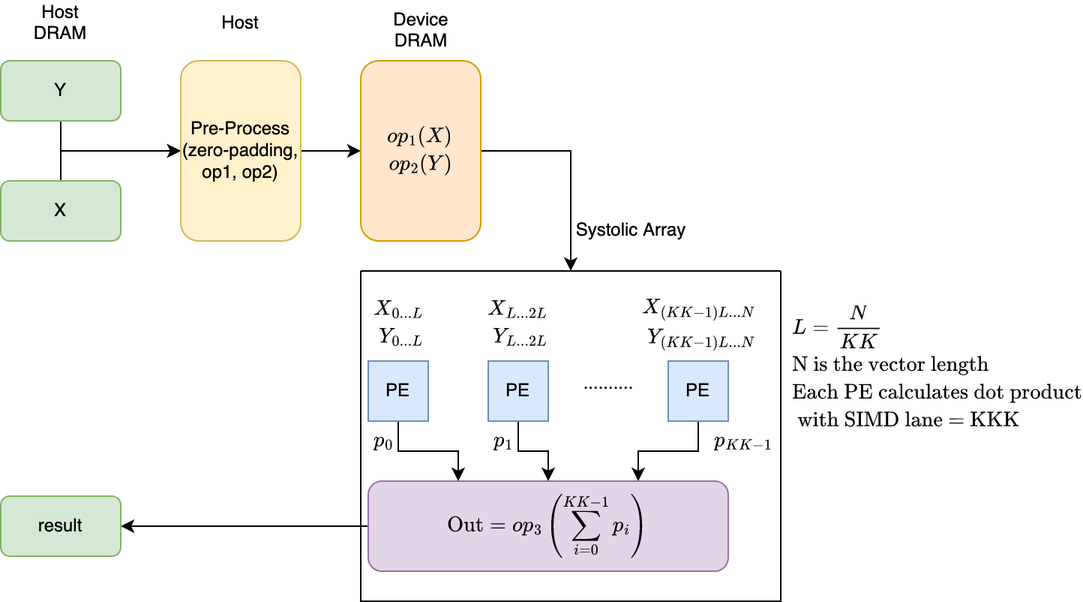
The draw.io diagram DirectProgramming/C++SYCL_FPGA/ReferenceDesigns/productive_libraries/blas/reconfigurable_dotprod/figures/dot_systolic_array.png in ronghongbo/oneAPI-samples, before a commit. Source tidied: cells renumbered, new cells last; positions are measured from the earlier drawing's top-left corner, leaving out a move shared by most shapes. The source it was exported from:
```xml
<mxGraphModel math="1">
  <root>
    <mxCell id="0" />
    <mxCell id="1" parent="0" />
    <mxCell id="2" value="Host&lt;br&gt;DRAM" style="text;html=1;strokeColor=none;fillColor=none;align=center;verticalAlign=middle;whiteSpace=wrap;rounded=0;" parent="1" vertex="1">
      <mxGeometry x="10" width="60" height="30" as="geometry" />
    </mxCell>
    <mxCell id="3" style="edgeStyle=orthogonalEdgeStyle;rounded=0;jettySize=auto;html=1;exitX=0.5;exitY=0;exitDx=0;exitDy=0;entryX=0.5;entryY=0;entryDx=0;entryDy=0;" parent="1" edge="1" source="4" target="8">
      <mxGeometry relative="1" as="geometry" />
    </mxCell>
    <mxCell id="4" value="X" style="rounded=1;whiteSpace=wrap;html=1;fillColor=#d5e8d4;strokeColor=#82b366;" parent="1" vertex="1">
      <mxGeometry y="120" width="80" height="40" as="geometry" />
    </mxCell>
    <mxCell id="5" style="edgeStyle=orthogonalEdgeStyle;rounded=0;jettySize=auto;html=1;exitX=0.5;exitY=1;exitDx=0;exitDy=0;entryX=0.5;entryY=0;entryDx=0;entryDy=0;" parent="1" edge="1" source="6" target="8">
      <mxGeometry relative="1" as="geometry" />
    </mxCell>
    <mxCell id="6" value="Y" style="rounded=1;whiteSpace=wrap;html=1;fillColor=#d5e8d4;strokeColor=#82b366;" parent="1" vertex="1">
      <mxGeometry y="40" width="80" height="40" as="geometry" />
    </mxCell>
    <mxCell id="7" style="edgeStyle=orthogonalEdgeStyle;rounded=0;jettySize=auto;html=1;exitX=0.5;exitY=1;exitDx=0;exitDy=0;entryX=0.5;entryY=0;entryDx=0;entryDy=0;" parent="1" edge="1" source="8" target="11">
      <mxGeometry relative="1" as="geometry" />
    </mxCell>
    <mxCell id="8" value="Pre-Process&lt;br&gt;(zero-padding, op1, op2)" style="rounded=1;whiteSpace=wrap;html=1;direction=north;fillColor=#fff2cc;strokeColor=#d6b656;" parent="1" vertex="1">
      <mxGeometry x="120" y="40" width="80" height="120" as="geometry" />
    </mxCell>
    <mxCell id="9" value="Host" style="text;html=1;strokeColor=none;fillColor=none;align=center;verticalAlign=middle;whiteSpace=wrap;rounded=0;" parent="1" vertex="1">
      <mxGeometry x="130" width="60" height="30" as="geometry" />
    </mxCell>
    <mxCell id="10" style="edgeStyle=orthogonalEdgeStyle;rounded=0;jettySize=auto;html=1;exitX=0.5;exitY=1;exitDx=0;exitDy=0;entryX=0.5;entryY=0;entryDx=0;entryDy=0;" parent="1" edge="1" source="11" target="29">
      <mxGeometry relative="1" as="geometry" />
    </mxCell>
    <mxCell id="11" value="$$\begin{aligned}op_1(X)\\&lt;br&gt; op_2(Y)\end{aligned}$$" style="rounded=1;whiteSpace=wrap;html=1;direction=north;fillColor=#ffe6cc;strokeColor=#d79b00;" parent="1" vertex="1">
      <mxGeometry x="240" y="40" width="80" height="120" as="geometry" />
    </mxCell>
    <mxCell id="12" value="Device&lt;br&gt;DRAM" style="text;html=1;align=center;verticalAlign=middle;strokeColor=none;fillColor=none;" parent="1" vertex="1">
      <mxGeometry x="250" width="60" height="40" as="geometry" />
    </mxCell>
    <mxCell id="13" style="edgeStyle=orthogonalEdgeStyle;rounded=0;jettySize=auto;html=1;exitX=0.5;exitY=1;exitDx=0;exitDy=0;entryX=0.25;entryY=0;entryDx=0;entryDy=0;" parent="1" edge="1" source="14" target="24">
      <mxGeometry relative="1" as="geometry" />
    </mxCell>
    <mxCell id="14" value="PE" style="rounded=0;whiteSpace=wrap;html=1;fillColor=#dae8fc;strokeColor=#6c8ebf;" parent="1" vertex="1">
      <mxGeometry x="245" y="240" width="40" height="40" as="geometry" />
    </mxCell>
    <mxCell id="15" value="$$\begin{aligned}X_{0...L}\\Y_{0...L}\end{aligned}$$" style="text;html=1;align=center;verticalAlign=middle;strokeColor=none;fillColor=none;" parent="1" vertex="1">
      <mxGeometry x="115" y="200" width="300" height="30" as="geometry" />
    </mxCell>
    <mxCell id="16" style="edgeStyle=orthogonalEdgeStyle;rounded=0;jettySize=auto;html=1;exitX=0.5;exitY=1;exitDx=0;exitDy=0;entryX=0.5;entryY=0;entryDx=0;entryDy=0;" parent="1" edge="1" source="17" target="24">
      <mxGeometry relative="1" as="geometry" />
    </mxCell>
    <mxCell id="17" value="PE" style="rounded=0;whiteSpace=wrap;html=1;fillColor=#dae8fc;strokeColor=#6c8ebf;" parent="1" vertex="1">
      <mxGeometry x="325" y="240" width="40" height="40" as="geometry" />
    </mxCell>
    <mxCell id="18" value="$$\begin{aligned}X_{L...2L}\\Y_{L...2L}\end{aligned}$$" style="text;html=1;align=center;verticalAlign=middle;strokeColor=none;fillColor=none;" parent="1" vertex="1">
      <mxGeometry x="190" y="200" width="310" height="30" as="geometry" />
    </mxCell>
    <mxCell id="19" style="edgeStyle=orthogonalEdgeStyle;rounded=0;jettySize=auto;html=1;exitX=0.5;exitY=1;exitDx=0;exitDy=0;entryX=0.75;entryY=0;entryDx=0;entryDy=0;" parent="1" edge="1" source="20" target="24">
      <mxGeometry relative="1" as="geometry" />
    </mxCell>
    <mxCell id="20" value="PE" style="rounded=0;whiteSpace=wrap;html=1;fillColor=#dae8fc;strokeColor=#6c8ebf;" parent="1" vertex="1">
      <mxGeometry x="445" y="240" width="40" height="40" as="geometry" />
    </mxCell>
    <mxCell id="21" value=".........." style="text;html=1;align=center;verticalAlign=middle;strokeColor=none;fillColor=none;" parent="1" vertex="1">
      <mxGeometry x="375" y="240" width="60" height="30" as="geometry" />
    </mxCell>
    <mxCell id="22" value="$$\begin{aligned}X_{(KK-1)L...N}\\Y_{(KK-1)L...N}\end{aligned}$$" style="text;html=1;align=center;verticalAlign=middle;strokeColor=none;fillColor=none;" parent="1" vertex="1">
      <mxGeometry x="280" y="200" width="370" height="30" as="geometry" />
    </mxCell>
    <mxCell id="23" style="edgeStyle=orthogonalEdgeStyle;rounded=0;jettySize=auto;html=1;exitX=0;exitY=0.5;exitDx=0;exitDy=0;entryX=1;entryY=0.5;entryDx=0;entryDy=0;" parent="1" edge="1" source="24" target="28">
      <mxGeometry relative="1" as="geometry" />
    </mxCell>
    <mxCell id="24" value="$$\text{Out}=op_3\left(\sum_{i=0}^{KK-1}p_i\right)$$" style="rounded=1;whiteSpace=wrap;html=1;fillColor=#e1d5e7;strokeColor=#9673a6;" parent="1" vertex="1">
      <mxGeometry x="245" y="320" width="240" height="60" as="geometry" />
    </mxCell>
    <mxCell id="25" value="$$p_0$$" style="text;html=1;align=center;verticalAlign=middle;strokeColor=none;fillColor=none;" parent="1" vertex="1">
      <mxGeometry x="220" y="278" width="70" height="30" as="geometry" />
    </mxCell>
    <mxCell id="26" value="$$p_1$$" style="text;html=1;align=center;verticalAlign=middle;strokeColor=none;fillColor=none;" parent="1" vertex="1">
      <mxGeometry x="300" y="278" width="70" height="30" as="geometry" />
    </mxCell>
    <mxCell id="27" value="$$p_{KK-1}$$" style="text;html=1;align=center;verticalAlign=middle;strokeColor=none;fillColor=none;" parent="1" vertex="1">
      <mxGeometry x="445" y="278" width="100" height="30" as="geometry" />
    </mxCell>
    <mxCell id="28" value="result" style="rounded=1;whiteSpace=wrap;html=1;fillColor=#d5e8d4;strokeColor=#82b366;" parent="1" vertex="1">
      <mxGeometry y="330" width="80" height="40" as="geometry" />
    </mxCell>
    <mxCell id="29" style="swimlane;startSize=0;" parent="1" vertex="1">
      <mxGeometry x="240" y="180" width="280" height="220" as="geometry" />
    </mxCell>
    <mxCell id="30" value="&lt;div&gt;Systolic Array&lt;/div&gt;" style="text;html=1;align=center;verticalAlign=middle;strokeColor=none;fillColor=none;" parent="1" vertex="1">
      <mxGeometry x="370" y="138" width="100" height="30" as="geometry" />
    </mxCell>
    <mxCell id="31" value="&lt;div&gt;$$\begin{aligned}&amp;amp;L = \frac{N} {KK}\\&amp;amp;\text{N is the vector length}\\&amp;amp;\text{Each PE calculates dot product}\\&amp;amp;\text{ with SIMD lane = KKK}\end{aligned}$$&lt;br&gt;&lt;/div&gt;" style="text;html=1;strokeColor=none;fillColor=none;align=center;verticalAlign=middle;whiteSpace=wrap;rounded=0;" parent="1" vertex="1">
      <mxGeometry x="530" y="230" width="190" height="30" as="geometry" />
    </mxCell>
  </root>
</mxGraphModel>
```
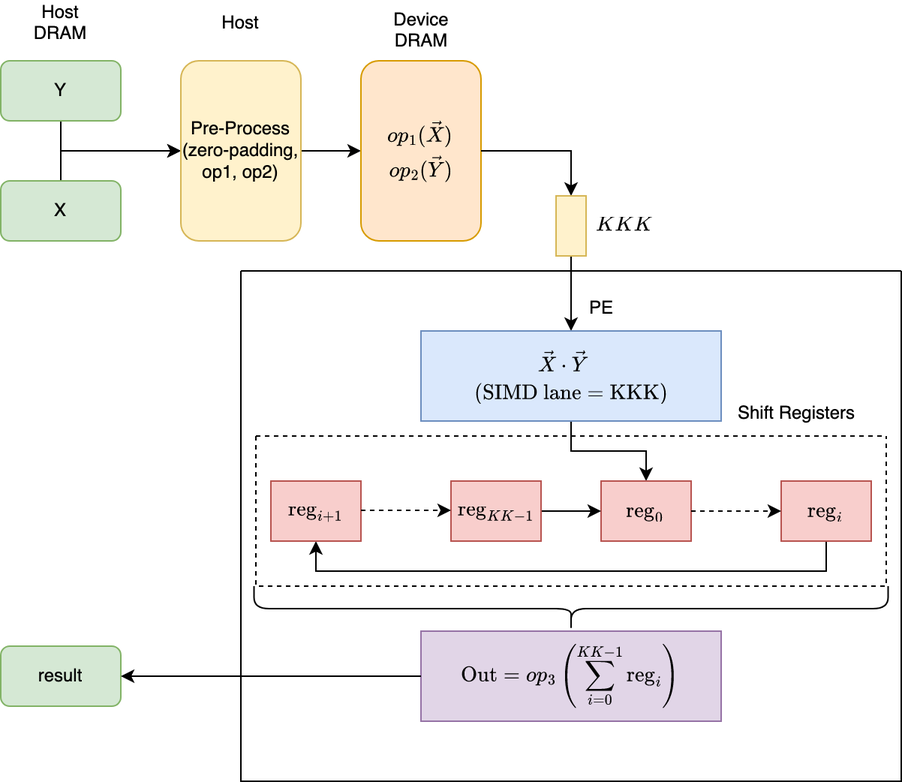
The same diagram one commit later.

The edit, as a diff of the source:
```diff
@@ -26,71 +26,82 @@
     <mxCell id="9" value="Host" style="text;html=1;strokeColor=none;fillColor=none;align=center;verticalAlign=middle;whiteSpace=wrap;rounded=0;" parent="1" vertex="1">
       <mxGeometry x="130" width="60" height="30" as="geometry" />
     </mxCell>
-    <mxCell id="10" style="edgeStyle=orthogonalEdgeStyle;rounded=0;jettySize=auto;html=1;exitX=0.5;exitY=1;exitDx=0;exitDy=0;entryX=0.5;entryY=0;entryDx=0;entryDy=0;" parent="1" edge="1" source="11" target="29">
-      <mxGeometry relative="1" as="geometry" />
+    <mxCell id="10" style="edgeStyle=orthogonalEdgeStyle;rounded=0;jettySize=auto;html=1;exitX=1;exitY=0.5;exitDx=0;exitDy=0;entryX=0.5;entryY=0;entryDx=0;entryDy=0;" parent="1" edge="1" source="48">
+      <mxGeometry relative="1" as="geometry">
+        <mxPoint x="380" y="220" as="targetPoint" />
+      </mxGeometry>
     </mxCell>
-    <mxCell id="11" value="$$\begin{aligned}op_1(X)\\&lt;br&gt; op_2(Y)\end{aligned}$$" style="rounded=1;whiteSpace=wrap;html=1;direction=north;fillColor=#ffe6cc;strokeColor=#d79b00;" parent="1" vertex="1">
+    <mxCell id="11" value="$$\begin{aligned}op_1(\vec{X})\\&lt;br&gt; op_2(\vec{Y})\end{aligned}$$" style="rounded=1;whiteSpace=wrap;html=1;direction=north;fillColor=#ffe6cc;strokeColor=#d79b00;" parent="1" vertex="1">
       <mxGeometry x="240" y="40" width="80" height="120" as="geometry" />
     </mxCell>
     <mxCell id="12" value="Device&lt;br&gt;DRAM" style="text;html=1;align=center;verticalAlign=middle;strokeColor=none;fillColor=none;" parent="1" vertex="1">
       <mxGeometry x="250" width="60" height="40" as="geometry" />
     </mxCell>
-    <mxCell id="13" style="edgeStyle=orthogonalEdgeStyle;rounded=0;jettySize=auto;html=1;exitX=0.5;exitY=1;exitDx=0;exitDy=0;entryX=0.25;entryY=0;entryDx=0;entryDy=0;" parent="1" edge="1" source="14" target="24">
-      <mxGeometry relative="1" as="geometry" />
-    </mxCell>
-    <mxCell id="14" value="PE" style="rounded=0;whiteSpace=wrap;html=1;fillColor=#dae8fc;strokeColor=#6c8ebf;" parent="1" vertex="1">
-      <mxGeometry x="245" y="240" width="40" height="40" as="geometry" />
-    </mxCell>
-    <mxCell id="15" value="$$\begin{aligned}X_{0...L}\\Y_{0...L}\end{aligned}$$" style="text;html=1;align=center;verticalAlign=middle;strokeColor=none;fillColor=none;" parent="1" vertex="1">
-      <mxGeometry x="115" y="200" width="300" height="30" as="geometry" />
-    </mxCell>
-    <mxCell id="16" style="edgeStyle=orthogonalEdgeStyle;rounded=0;jettySize=auto;html=1;exitX=0.5;exitY=1;exitDx=0;exitDy=0;entryX=0.5;entryY=0;entryDx=0;entryDy=0;" parent="1" edge="1" source="17" target="24">
-      <mxGeometry relative="1" as="geometry" />
-    </mxCell>
-    <mxCell id="17" value="PE" style="rounded=0;whiteSpace=wrap;html=1;fillColor=#dae8fc;strokeColor=#6c8ebf;" parent="1" vertex="1">
-      <mxGeometry x="325" y="240" width="40" height="40" as="geometry" />
-    </mxCell>
-    <mxCell id="18" value="$$\begin{aligned}X_{L...2L}\\Y_{L...2L}\end{aligned}$$" style="text;html=1;align=center;verticalAlign=middle;strokeColor=none;fillColor=none;" parent="1" vertex="1">
-      <mxGeometry x="190" y="200" width="310" height="30" as="geometry" />
-    </mxCell>
-    <mxCell id="19" style="edgeStyle=orthogonalEdgeStyle;rounded=0;jettySize=auto;html=1;exitX=0.5;exitY=1;exitDx=0;exitDy=0;entryX=0.75;entryY=0;entryDx=0;entryDy=0;" parent="1" edge="1" source="20" target="24">
-      <mxGeometry relative="1" as="geometry" />
-    </mxCell>
-    <mxCell id="20" value="PE" style="rounded=0;whiteSpace=wrap;html=1;fillColor=#dae8fc;strokeColor=#6c8ebf;" parent="1" vertex="1">
-      <mxGeometry x="445" y="240" width="40" height="40" as="geometry" />
-    </mxCell>
-    <mxCell id="21" value=".........." style="text;html=1;align=center;verticalAlign=middle;strokeColor=none;fillColor=none;" parent="1" vertex="1">
-      <mxGeometry x="375" y="240" width="60" height="30" as="geometry" />
-    </mxCell>
-    <mxCell id="22" value="$$\begin{aligned}X_{(KK-1)L...N}\\Y_{(KK-1)L...N}\end{aligned}$$" style="text;html=1;align=center;verticalAlign=middle;strokeColor=none;fillColor=none;" parent="1" vertex="1">
-      <mxGeometry x="280" y="200" width="370" height="30" as="geometry" />
-    </mxCell>
-    <mxCell id="23" style="edgeStyle=orthogonalEdgeStyle;rounded=0;jettySize=auto;html=1;exitX=0;exitY=0.5;exitDx=0;exitDy=0;entryX=1;entryY=0.5;entryDx=0;entryDy=0;" parent="1" edge="1" source="24" target="28">
-      <mxGeometry relative="1" as="geometry" />
-    </mxCell>
-    <mxCell id="24" value="$$\text{Out}=op_3\left(\sum_{i=0}^{KK-1}p_i\right)$$" style="rounded=1;whiteSpace=wrap;html=1;fillColor=#e1d5e7;strokeColor=#9673a6;" parent="1" vertex="1">
-      <mxGeometry x="245" y="320" width="240" height="60" as="geometry" />
-    </mxCell>
-    <mxCell id="25" value="$$p_0$$" style="text;html=1;align=center;verticalAlign=middle;strokeColor=none;fillColor=none;" parent="1" vertex="1">
-      <mxGeometry x="220" y="278" width="70" height="30" as="geometry" />
-    </mxCell>
-    <mxCell id="26" value="$$p_1$$" style="text;html=1;align=center;verticalAlign=middle;strokeColor=none;fillColor=none;" parent="1" vertex="1">
-      <mxGeometry x="300" y="278" width="70" height="30" as="geometry" />
-    </mxCell>
-    <mxCell id="27" value="$$p_{KK-1}$$" style="text;html=1;align=center;verticalAlign=middle;strokeColor=none;fillColor=none;" parent="1" vertex="1">
-      <mxGeometry x="445" y="278" width="100" height="30" as="geometry" />
-    </mxCell>
     <mxCell id="28" value="result" style="rounded=1;whiteSpace=wrap;html=1;fillColor=#d5e8d4;strokeColor=#82b366;" parent="1" vertex="1">
-      <mxGeometry y="330" width="80" height="40" as="geometry" />
+      <mxGeometry y="430" width="80" height="40" as="geometry" />
     </mxCell>
     <mxCell id="29" style="swimlane;startSize=0;" parent="1" vertex="1">
-      <mxGeometry x="240" y="180" width="280" height="220" as="geometry" />
+      <mxGeometry x="160" y="180" width="440" height="340" as="geometry" />
     </mxCell>
-    <mxCell id="30" value="&lt;div&gt;Systolic Array&lt;/div&gt;" style="text;html=1;align=center;verticalAlign=middle;strokeColor=none;fillColor=none;" parent="1" vertex="1">
-      <mxGeometry x="370" y="138" width="100" height="30" as="geometry" />
+    <mxCell id="30" value="PE" style="text;html=1;align=center;verticalAlign=middle;strokeColor=none;fillColor=none;" parent="29" vertex="1">
+      <mxGeometry x="220" y="10" width="40" height="30" as="geometry" />
     </mxCell>
-    <mxCell id="31" value="&lt;div&gt;$$\begin{aligned}&amp;amp;L = \frac{N} {KK}\\&amp;amp;\text{N is the vector length}\\&amp;amp;\text{Each PE calculates dot product}\\&amp;amp;\text{ with SIMD lane = KKK}\end{aligned}$$&lt;br&gt;&lt;/div&gt;" style="text;html=1;strokeColor=none;fillColor=none;align=center;verticalAlign=middle;whiteSpace=wrap;rounded=0;" parent="1" vertex="1">
-      <mxGeometry x="530" y="230" width="190" height="30" as="geometry" />
-    </mxCell>
+    <mxCell id="32" style="edgeStyle=orthogonalEdgeStyle;rounded=0;jettySize=auto;html=1;exitX=0.5;exitY=1;exitDx=0;exitDy=0;entryX=0.5;entryY=0;entryDx=0;entryDy=0;" parent="29" edge="1" source="33" target="34">
+      <mxGeometry relative="1" as="geometry" />
+    </mxCell>
+    <mxCell id="33" value="$$\begin{aligned}&amp;amp;\vec{X}\cdot\vec{Y}\\\text{(SIMD}&amp;amp;\text{ lane}=\text{KKK)}\end{aligned}$$" style="rounded=0;whiteSpace=wrap;html=1;fillColor=#dae8fc;strokeColor=#6c8ebf;" parent="29" vertex="1">
+      <mxGeometry x="120" y="40" width="200" height="60" as="geometry" />
+    </mxCell>
+    <mxCell id="34" value="$$\text{reg}_0$$" style="rounded=0;whiteSpace=wrap;html=1;fillColor=#f8cecc;strokeColor=#b85450;" parent="29" vertex="1">
+      <mxGeometry x="240" y="140" width="60" height="40" as="geometry" />
+    </mxCell>
+    <mxCell id="35" style="edgeStyle=orthogonalEdgeStyle;rounded=0;jettySize=auto;html=1;exitX=1;exitY=0.5;exitDx=0;exitDy=0;entryX=0;entryY=0.5;entryDx=0;entryDy=0;" parent="29" edge="1" source="36" target="34">
+      <mxGeometry relative="1" as="geometry" />
+    </mxCell>
+    <mxCell id="36" value="$$\text{reg}_{KK-1}$$" style="rounded=0;whiteSpace=wrap;html=1;fillColor=#f8cecc;strokeColor=#b85450;" parent="29" vertex="1">
+      <mxGeometry x="140" y="140" width="60" height="40" as="geometry" />
+    </mxCell>
+    <mxCell id="37" style="edgeStyle=orthogonalEdgeStyle;rounded=0;jettySize=auto;html=1;exitX=0.5;exitY=1;exitDx=0;exitDy=0;entryX=0.5;entryY=1;entryDx=0;entryDy=0;" parent="29" edge="1" source="38" target="39">
+      <mxGeometry relative="1" as="geometry" />
+    </mxCell>
+    <mxCell id="38" value="$$\text{reg}_i$$" style="rounded=0;whiteSpace=wrap;html=1;fillColor=#f8cecc;strokeColor=#b85450;" parent="29" vertex="1">
+      <mxGeometry x="360" y="140" width="60" height="40" as="geometry" />
+    </mxCell>
+    <mxCell id="39" value="$$\text{reg}_{i+1}$$" style="rounded=0;whiteSpace=wrap;html=1;fillColor=#f8cecc;strokeColor=#b85450;" parent="29" vertex="1">
+      <mxGeometry x="20" y="140" width="60" height="40" as="geometry" />
+    </mxCell>
+    <mxCell id="40" style="endArrow=classic;html=1;rounded=0;dashed=1;entryX=0;entryY=0.5;entryDx=0;entryDy=0;exitX=1;exitY=0.5;exitDx=0;exitDy=0;" parent="29" edge="1" source="34" target="38">
+      <mxGeometry relative="1" as="geometry" />
+    </mxCell>
+    <mxCell id="41" style="endArrow=classic;html=1;rounded=0;dashed=1;entryX=0;entryY=0.5;entryDx=0;entryDy=0;exitX=1;exitY=0.5;exitDx=0;exitDy=0;" parent="29" edge="1">
+      <mxGeometry relative="1" as="geometry">
+        <mxPoint x="80" y="159.5" as="sourcePoint" />
+        <mxPoint x="140" y="159.5" as="targetPoint" />
+      </mxGeometry>
+    </mxCell>
+    <mxCell id="42" value="$$\text{Out}=op_3\left(\sum_{i=0}^{KK-1}\text{reg}_i\right)$$" style="rounded=0;whiteSpace=wrap;html=1;fillColor=#e1d5e7;strokeColor=#9673a6;" parent="29" vertex="1">
+      <mxGeometry x="120" y="240" width="200" height="60" as="geometry" />
+    </mxCell>
+    <mxCell id="43" style="shape=curlyBracket;whiteSpace=wrap;html=1;rounded=1;flipH=1;labelPosition=right;verticalLabelPosition=middle;align=left;verticalAlign=middle;rotation=90;" parent="29" vertex="1">
+      <mxGeometry x="205" y="13.8" width="30" height="422.5" as="geometry" />
+    </mxCell>
+    <mxCell id="44" style="swimlane;startSize=0;dashed=1;" parent="29" vertex="1">
+      <mxGeometry x="10" y="110" width="420" height="100" as="geometry" />
+    </mxCell>
+    <mxCell id="45" value="Shift Registers" style="text;html=1;align=center;verticalAlign=middle;strokeColor=none;fillColor=none;" parent="29" vertex="1">
+      <mxGeometry x="320" y="80" width="100" height="30" as="geometry" />
+    </mxCell>
+    <mxCell id="46" style="edgeStyle=orthogonalEdgeStyle;rounded=0;jettySize=auto;html=1;exitX=0;exitY=0.5;exitDx=0;exitDy=0;entryX=1;entryY=0.5;entryDx=0;entryDy=0;" parent="1" edge="1" source="42" target="28">
+      <mxGeometry relative="1" as="geometry" />
+    </mxCell>
+    <mxCell id="47" style="edgeStyle=orthogonalEdgeStyle;rounded=0;jettySize=auto;html=1;exitX=0.5;exitY=1;exitDx=0;exitDy=0;entryX=0;entryY=0.5;entryDx=0;entryDy=0;" parent="1" edge="1" source="11" target="48">
+      <mxGeometry relative="1" as="geometry" />
+    </mxCell>
+    <mxCell id="48" style="rounded=0;whiteSpace=wrap;html=1;fillColor=#fff2cc;strokeColor=#d6b656;direction=south;" parent="1" vertex="1">
+      <mxGeometry x="370" y="130" width="20" height="40" as="geometry" />
+    </mxCell>
+    <mxCell id="49" value="$$KKK$$" style="text;html=1;align=center;verticalAlign=middle;strokeColor=none;fillColor=none;" parent="1" vertex="1">
+      <mxGeometry x="380" y="135" width="70" height="30" as="geometry" />
+    </mxCell>
   </root>
 </mxGraphModel>
```
